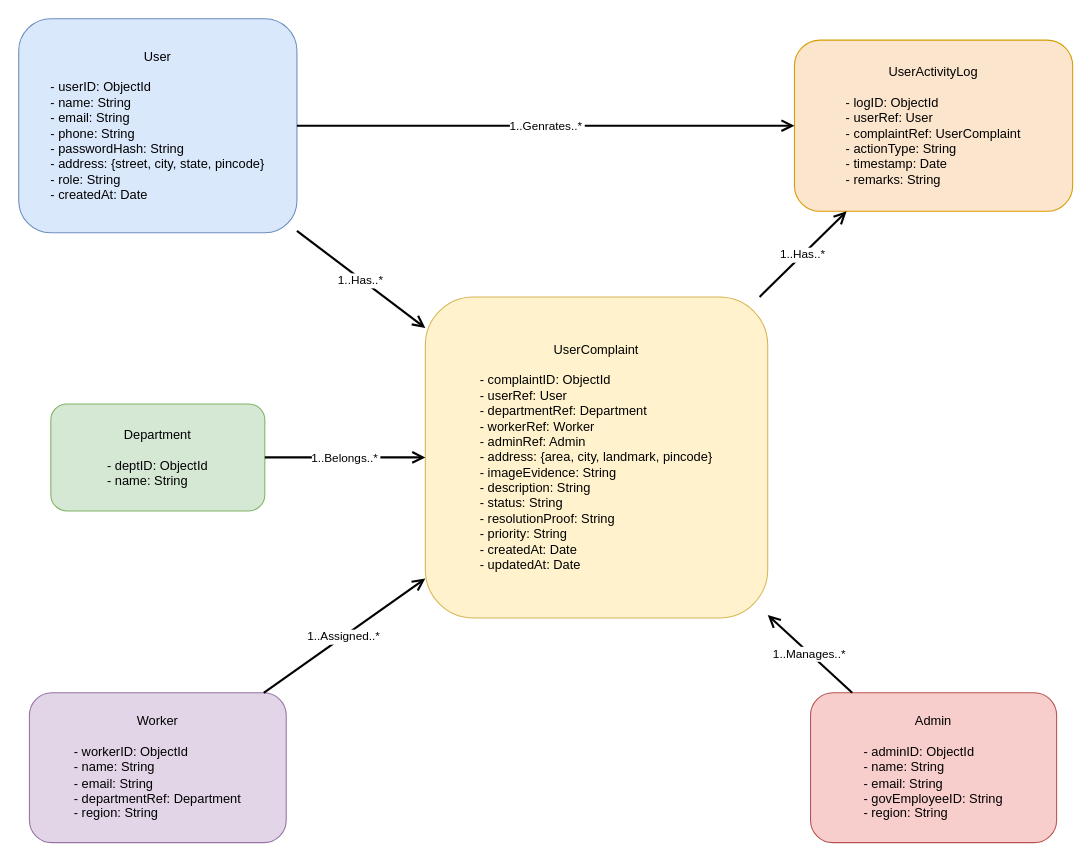
Earlier version of the draw.io diagram UML diagrams/userClass.drawio (shitkarjidnesh/FixMyCity). Source tidied: cells renumbered, new cells numbered last; positions are measured from the earlier drawing's top-left corner, leaving out a move shared by most shapes. Both pictures are drawn from the tidied source at 107%, with x=0, y=0 at pixel (18, 18).
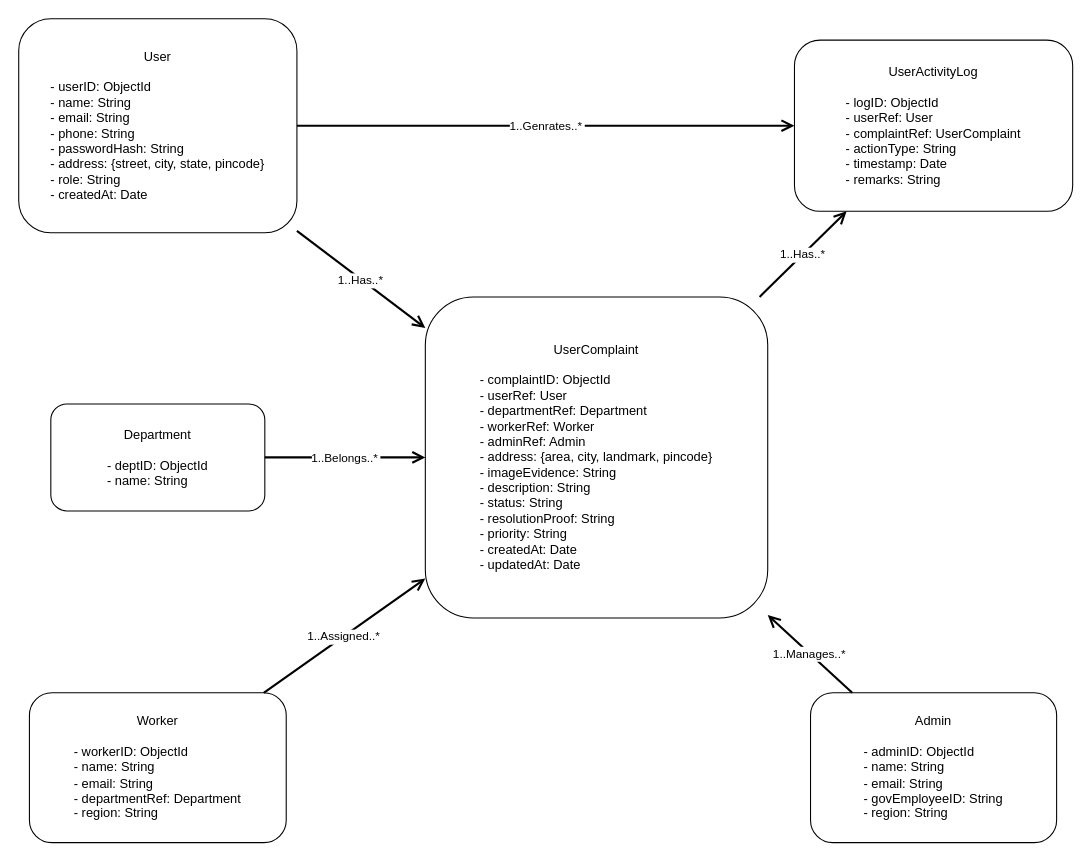
The same diagram, later.

Change to the diagram source:
```diff
@@
 <mxGraphModel>
   <root>
     <mxCell id="0" />
     <mxCell id="1" parent="0" />
-    <mxCell id="2" value="User&lt;br&gt;&lt;br&gt;&lt;div style=&quot;text-align: left;&quot;&gt;&lt;span style=&quot;background-color: transparent;&quot;&gt;- userID: ObjectId&lt;/span&gt;&lt;/div&gt;&lt;div style=&quot;text-align: left;&quot;&gt;&lt;span style=&quot;background-color: transparent;&quot;&gt;- name: String&lt;/span&gt;&lt;/div&gt;&lt;div style=&quot;text-align: left;&quot;&gt;&lt;span style=&quot;background-color: transparent;&quot;&gt;- email: String&lt;/span&gt;&lt;/div&gt;&lt;div style=&quot;text-align: left;&quot;&gt;&lt;span style=&quot;background-color: transparent;&quot;&gt;- phone: String&lt;/span&gt;&lt;/div&gt;&lt;div style=&quot;text-align: left;&quot;&gt;&lt;span style=&quot;background-color: transparent;&quot;&gt;- passwordHash: String&lt;/span&gt;&lt;/div&gt;&lt;div style=&quot;text-align: left;&quot;&gt;&lt;span style=&quot;background-color: transparent;&quot;&gt;- address: {street, city, state, pincode}&lt;/span&gt;&lt;/div&gt;&lt;div style=&quot;text-align: left;&quot;&gt;&lt;span style=&quot;background-color: transparent;&quot;&gt;- role: String&lt;/span&gt;&lt;/div&gt;&lt;div style=&quot;text-align: left;&quot;&gt;&lt;span style=&quot;background-color: transparent;&quot;&gt;- createdAt: Date&lt;/span&gt;&lt;/div&gt;" style="shape=rectangle;rounded=1;whiteSpace=wrap;html=1;fillColor=#dae8fc;strokeColor=#6c8ebf;" parent="1" vertex="1">
+    <mxCell id="2" value="User&lt;br&gt;&lt;br&gt;&lt;div style=&quot;text-align: left;&quot;&gt;&lt;span style=&quot;background-color: transparent;&quot;&gt;- userID: ObjectId&lt;/span&gt;&lt;/div&gt;&lt;div style=&quot;text-align: left;&quot;&gt;&lt;span style=&quot;background-color: transparent;&quot;&gt;- name: String&lt;/span&gt;&lt;/div&gt;&lt;div style=&quot;text-align: left;&quot;&gt;&lt;span style=&quot;background-color: transparent;&quot;&gt;- email: String&lt;/span&gt;&lt;/div&gt;&lt;div style=&quot;text-align: left;&quot;&gt;&lt;span style=&quot;background-color: transparent;&quot;&gt;- phone: String&lt;/span&gt;&lt;/div&gt;&lt;div style=&quot;text-align: left;&quot;&gt;&lt;span style=&quot;background-color: transparent;&quot;&gt;- passwordHash: String&lt;/span&gt;&lt;/div&gt;&lt;div style=&quot;text-align: left;&quot;&gt;&lt;span style=&quot;background-color: transparent;&quot;&gt;- address: {street, city, state, pincode}&lt;/span&gt;&lt;/div&gt;&lt;div style=&quot;text-align: left;&quot;&gt;&lt;span style=&quot;background-color: transparent;&quot;&gt;- role: String&lt;/span&gt;&lt;/div&gt;&lt;div style=&quot;text-align: left;&quot;&gt;&lt;span style=&quot;background-color: transparent;&quot;&gt;- createdAt: Date&lt;/span&gt;&lt;/div&gt;" style="shape=rectangle;rounded=1;whiteSpace=wrap;html=1;" parent="1" vertex="1">
       <mxGeometry width="260" height="200" as="geometry" />
     </mxCell>
-    <mxCell id="3" value="UserComplaint&lt;br&gt;&lt;br&gt;&lt;div style=&quot;text-align: left;&quot;&gt;&lt;span style=&quot;background-color: transparent;&quot;&gt;- complaintID: ObjectId&lt;/span&gt;&lt;/div&gt;&lt;div style=&quot;text-align: left;&quot;&gt;&lt;span style=&quot;background-color: transparent;&quot;&gt;- userRef: User&lt;/span&gt;&lt;/div&gt;&lt;div style=&quot;text-align: left;&quot;&gt;&lt;span style=&quot;background-color: transparent;&quot;&gt;- departmentRef: Department&lt;/span&gt;&lt;/div&gt;&lt;div style=&quot;text-align: left;&quot;&gt;&lt;span style=&quot;background-color: transparent;&quot;&gt;- workerRef: Worker&lt;/span&gt;&lt;/div&gt;&lt;div style=&quot;text-align: left;&quot;&gt;&lt;span style=&quot;background-color: transparent;&quot;&gt;- adminRef: Admin&lt;/span&gt;&lt;/div&gt;&lt;div style=&quot;text-align: left;&quot;&gt;&lt;span style=&quot;background-color: transparent;&quot;&gt;- address: {area, city, landmark, pincode}&lt;/span&gt;&lt;/div&gt;&lt;div style=&quot;text-align: left;&quot;&gt;&lt;span style=&quot;background-color: transparent;&quot;&gt;- imageEvidence: String&lt;/span&gt;&lt;/div&gt;&lt;div style=&quot;text-align: left;&quot;&gt;&lt;span style=&quot;background-color: transparent;&quot;&gt;- description: String&lt;/span&gt;&lt;/div&gt;&lt;div style=&quot;text-align: left;&quot;&gt;&lt;span style=&quot;background-color: transparent;&quot;&gt;- status: String&lt;/span&gt;&lt;/div&gt;&lt;div style=&quot;text-align: left;&quot;&gt;&lt;span style=&quot;background-color: transparent;&quot;&gt;- resolutionProof: String&lt;/span&gt;&lt;/div&gt;&lt;div style=&quot;text-align: left;&quot;&gt;&lt;span style=&quot;background-color: transparent;&quot;&gt;- priority: String&lt;/span&gt;&lt;/div&gt;&lt;div style=&quot;text-align: left;&quot;&gt;&lt;span style=&quot;background-color: transparent;&quot;&gt;- createdAt: Date&lt;/span&gt;&lt;/div&gt;&lt;div style=&quot;text-align: left;&quot;&gt;&lt;span style=&quot;background-color: transparent;&quot;&gt;- updatedAt: Date&lt;/span&gt;&lt;/div&gt;" style="shape=rectangle;rounded=1;whiteSpace=wrap;html=1;fillColor=#fff2cc;strokeColor=#d6b656;" parent="1" vertex="1">
+    <mxCell id="3" value="UserComplaint&lt;br&gt;&lt;br&gt;&lt;div style=&quot;text-align: left;&quot;&gt;&lt;span style=&quot;background-color: transparent;&quot;&gt;- complaintID: ObjectId&lt;/span&gt;&lt;/div&gt;&lt;div style=&quot;text-align: left;&quot;&gt;&lt;span style=&quot;background-color: transparent;&quot;&gt;- userRef: User&lt;/span&gt;&lt;/div&gt;&lt;div style=&quot;text-align: left;&quot;&gt;&lt;span style=&quot;background-color: transparent;&quot;&gt;- departmentRef: Department&lt;/span&gt;&lt;/div&gt;&lt;div style=&quot;text-align: left;&quot;&gt;&lt;span style=&quot;background-color: transparent;&quot;&gt;- workerRef: Worker&lt;/span&gt;&lt;/div&gt;&lt;div style=&quot;text-align: left;&quot;&gt;&lt;span style=&quot;background-color: transparent;&quot;&gt;- adminRef: Admin&lt;/span&gt;&lt;/div&gt;&lt;div style=&quot;text-align: left;&quot;&gt;&lt;span style=&quot;background-color: transparent;&quot;&gt;- address: {area, city, landmark, pincode}&lt;/span&gt;&lt;/div&gt;&lt;div style=&quot;text-align: left;&quot;&gt;&lt;span style=&quot;background-color: transparent;&quot;&gt;- imageEvidence: String&lt;/span&gt;&lt;/div&gt;&lt;div style=&quot;text-align: left;&quot;&gt;&lt;span style=&quot;background-color: transparent;&quot;&gt;- description: String&lt;/span&gt;&lt;/div&gt;&lt;div style=&quot;text-align: left;&quot;&gt;&lt;span style=&quot;background-color: transparent;&quot;&gt;- status: String&lt;/span&gt;&lt;/div&gt;&lt;div style=&quot;text-align: left;&quot;&gt;&lt;span style=&quot;background-color: transparent;&quot;&gt;- resolutionProof: String&lt;/span&gt;&lt;/div&gt;&lt;div style=&quot;text-align: left;&quot;&gt;&lt;span style=&quot;background-color: transparent;&quot;&gt;- priority: String&lt;/span&gt;&lt;/div&gt;&lt;div style=&quot;text-align: left;&quot;&gt;&lt;span style=&quot;background-color: transparent;&quot;&gt;- createdAt: Date&lt;/span&gt;&lt;/div&gt;&lt;div style=&quot;text-align: left;&quot;&gt;&lt;span style=&quot;background-color: transparent;&quot;&gt;- updatedAt: Date&lt;/span&gt;&lt;/div&gt;" style="shape=rectangle;rounded=1;whiteSpace=wrap;html=1;" parent="1" vertex="1">
       <mxGeometry x="380" y="260" width="320" height="300" as="geometry" />
     </mxCell>
-    <mxCell id="4" value="Department&lt;br&gt;&lt;br&gt;&lt;div style=&quot;text-align: left;&quot;&gt;&lt;span style=&quot;background-color: transparent;&quot;&gt;- deptID: ObjectId&lt;/span&gt;&lt;/div&gt;&lt;div style=&quot;text-align: left;&quot;&gt;&lt;span style=&quot;background-color: transparent;&quot;&gt;- name: String&lt;/span&gt;&lt;/div&gt;" style="shape=rectangle;rounded=1;whiteSpace=wrap;html=1;fillColor=#d5e8d4;strokeColor=#82b366;" parent="1" vertex="1">
+    <mxCell id="4" value="Department&lt;br&gt;&lt;br&gt;&lt;div style=&quot;text-align: left;&quot;&gt;&lt;span style=&quot;background-color: transparent;&quot;&gt;- deptID: ObjectId&lt;/span&gt;&lt;/div&gt;&lt;div style=&quot;text-align: left;&quot;&gt;&lt;span style=&quot;background-color: transparent;&quot;&gt;- name: String&lt;/span&gt;&lt;/div&gt;" style="shape=rectangle;rounded=1;whiteSpace=wrap;html=1;" parent="1" vertex="1">
       <mxGeometry x="30" y="360" width="200" height="100" as="geometry" />
     </mxCell>
-    <mxCell id="5" value="Worker&lt;br&gt;&lt;br&gt;&lt;div style=&quot;text-align: left;&quot;&gt;&lt;span style=&quot;background-color: transparent;&quot;&gt;- workerID: ObjectId&lt;/span&gt;&lt;/div&gt;&lt;div style=&quot;text-align: left;&quot;&gt;&lt;span style=&quot;background-color: transparent;&quot;&gt;- name: String&lt;/span&gt;&lt;/div&gt;&lt;div style=&quot;text-align: left;&quot;&gt;&lt;span style=&quot;background-color: transparent;&quot;&gt;- email: String&lt;/span&gt;&lt;/div&gt;&lt;div style=&quot;text-align: left;&quot;&gt;&lt;span style=&quot;background-color: transparent;&quot;&gt;- departmentRef: Department&lt;/span&gt;&lt;/div&gt;&lt;div style=&quot;text-align: left;&quot;&gt;&lt;span style=&quot;background-color: transparent;&quot;&gt;- region: String&lt;/span&gt;&lt;/div&gt;" style="shape=rectangle;rounded=1;whiteSpace=wrap;html=1;fillColor=#e1d5e7;strokeColor=#9673a6;" parent="1" vertex="1">
+    <mxCell id="5" value="Worker&lt;br&gt;&lt;br&gt;&lt;div style=&quot;text-align: left;&quot;&gt;&lt;span style=&quot;background-color: transparent;&quot;&gt;- workerID: ObjectId&lt;/span&gt;&lt;/div&gt;&lt;div style=&quot;text-align: left;&quot;&gt;&lt;span style=&quot;background-color: transparent;&quot;&gt;- name: String&lt;/span&gt;&lt;/div&gt;&lt;div style=&quot;text-align: left;&quot;&gt;&lt;span style=&quot;background-color: transparent;&quot;&gt;- email: String&lt;/span&gt;&lt;/div&gt;&lt;div style=&quot;text-align: left;&quot;&gt;&lt;span style=&quot;background-color: transparent;&quot;&gt;- departmentRef: Department&lt;/span&gt;&lt;/div&gt;&lt;div style=&quot;text-align: left;&quot;&gt;&lt;span style=&quot;background-color: transparent;&quot;&gt;- region: String&lt;/span&gt;&lt;/div&gt;" style="shape=rectangle;rounded=1;whiteSpace=wrap;html=1;" parent="1" vertex="1">
       <mxGeometry x="10" y="630" width="240" height="140" as="geometry" />
     </mxCell>
-    <mxCell id="6" value="Admin&lt;br&gt;&lt;br&gt;&lt;div style=&quot;text-align: left;&quot;&gt;&lt;span style=&quot;background-color: transparent;&quot;&gt;- adminID: ObjectId&lt;/span&gt;&lt;/div&gt;&lt;div style=&quot;text-align: left;&quot;&gt;&lt;span style=&quot;background-color: transparent;&quot;&gt;- name: String&lt;/span&gt;&lt;/div&gt;&lt;div style=&quot;text-align: left;&quot;&gt;&lt;span style=&quot;background-color: transparent;&quot;&gt;- email: String&lt;/span&gt;&lt;/div&gt;&lt;div style=&quot;text-align: left;&quot;&gt;&lt;span style=&quot;background-color: transparent;&quot;&gt;- govEmployeeID: String&lt;/span&gt;&lt;/div&gt;&lt;div style=&quot;text-align: left;&quot;&gt;&lt;span style=&quot;background-color: transparent;&quot;&gt;- region: String&lt;/span&gt;&lt;/div&gt;" style="shape=rectangle;rounded=1;whiteSpace=wrap;html=1;fillColor=#f8cecc;strokeColor=#b85450;" parent="1" vertex="1">
+    <mxCell id="6" value="Admin&lt;br&gt;&lt;br&gt;&lt;div style=&quot;text-align: left;&quot;&gt;&lt;span style=&quot;background-color: transparent;&quot;&gt;- adminID: ObjectId&lt;/span&gt;&lt;/div&gt;&lt;div style=&quot;text-align: left;&quot;&gt;&lt;span style=&quot;background-color: transparent;&quot;&gt;- name: String&lt;/span&gt;&lt;/div&gt;&lt;div style=&quot;text-align: left;&quot;&gt;&lt;span style=&quot;background-color: transparent;&quot;&gt;- email: String&lt;/span&gt;&lt;/div&gt;&lt;div style=&quot;text-align: left;&quot;&gt;&lt;span style=&quot;background-color: transparent;&quot;&gt;- govEmployeeID: String&lt;/span&gt;&lt;/div&gt;&lt;div style=&quot;text-align: left;&quot;&gt;&lt;span style=&quot;background-color: transparent;&quot;&gt;- region: String&lt;/span&gt;&lt;/div&gt;" style="shape=rectangle;rounded=1;whiteSpace=wrap;html=1;" parent="1" vertex="1">
       <mxGeometry x="740" y="630" width="230" height="140" as="geometry" />
     </mxCell>
-    <mxCell id="7" value="UserActivityLog&lt;br&gt;&lt;br&gt;&lt;div style=&quot;text-align: left;&quot;&gt;&lt;span style=&quot;background-color: transparent;&quot;&gt;- logID: ObjectId&lt;/span&gt;&lt;/div&gt;&lt;div style=&quot;text-align: left;&quot;&gt;&lt;span style=&quot;background-color: transparent;&quot;&gt;- userRef: User&lt;/span&gt;&lt;/div&gt;&lt;div style=&quot;text-align: left;&quot;&gt;&lt;span style=&quot;background-color: transparent;&quot;&gt;- complaintRef: UserComplaint&lt;/span&gt;&lt;/div&gt;&lt;div style=&quot;text-align: left;&quot;&gt;&lt;span style=&quot;background-color: transparent;&quot;&gt;- actionType: String&lt;/span&gt;&lt;/div&gt;&lt;div style=&quot;text-align: left;&quot;&gt;&lt;span style=&quot;background-color: transparent;&quot;&gt;- timestamp: Date&lt;/span&gt;&lt;/div&gt;&lt;div style=&quot;text-align: left;&quot;&gt;&lt;span style=&quot;background-color: transparent;&quot;&gt;- remarks: String&lt;/span&gt;&lt;/div&gt;" style="shape=rectangle;rounded=1;whiteSpace=wrap;html=1;fillColor=#fce5cd;strokeColor=#d79b00;" parent="1" vertex="1">
+    <mxCell id="7" value="UserActivityLog&lt;br&gt;&lt;br&gt;&lt;div style=&quot;text-align: left;&quot;&gt;&lt;span style=&quot;background-color: transparent;&quot;&gt;- logID: ObjectId&lt;/span&gt;&lt;/div&gt;&lt;div style=&quot;text-align: left;&quot;&gt;&lt;span style=&quot;background-color: transparent;&quot;&gt;- userRef: User&lt;/span&gt;&lt;/div&gt;&lt;div style=&quot;text-align: left;&quot;&gt;&lt;span style=&quot;background-color: transparent;&quot;&gt;- complaintRef: UserComplaint&lt;/span&gt;&lt;/div&gt;&lt;div style=&quot;text-align: left;&quot;&gt;&lt;span style=&quot;background-color: transparent;&quot;&gt;- actionType: String&lt;/span&gt;&lt;/div&gt;&lt;div style=&quot;text-align: left;&quot;&gt;&lt;span style=&quot;background-color: transparent;&quot;&gt;- timestamp: Date&lt;/span&gt;&lt;/div&gt;&lt;div style=&quot;text-align: left;&quot;&gt;&lt;span style=&quot;background-color: transparent;&quot;&gt;- remarks: String&lt;/span&gt;&lt;/div&gt;" style="shape=rectangle;rounded=1;whiteSpace=wrap;html=1;" parent="1" vertex="1">
       <mxGeometry x="725" y="20" width="260" height="160" as="geometry" />
     </mxCell>
     <mxCell id="8" value="1..Has..*" style="endArrow=open;startArrow=none;endSize=8;strokeWidth=2;" parent="1" edge="1" source="2" target="3">
       <mxGeometry relative="1" as="geometry" />
     </mxCell>
     <mxCell id="9" value="1..Belongs..*" style="endArrow=open;startArrow=none;endSize=8;strokeWidth=2;" parent="1" edge="1" source="4" target="3">
       <mxGeometry relative="1" as="geometry" />
     </mxCell>
     <mxCell id="10" value="1..Assigned..*" style="endArrow=open;startArrow=none;endSize=8;strokeWidth=2;" parent="1" edge="1" source="5" target="3">
       <mxGeometry relative="1" as="geometry" />
     </mxCell>
     <mxCell id="11" value="1..Manages..*" style="endArrow=open;startArrow=none;endSize=8;strokeWidth=2;" parent="1" edge="1" source="6" target="3">
       <mxGeometry relative="1" as="geometry" />
     </mxCell>
     <mxCell id="12" value="1..Genrates..*" style="endArrow=open;startArrow=none;endSize=8;strokeWidth=2;" parent="1" edge="1" source="2" target="7">
       <mxGeometry relative="1" as="geometry" />
     </mxCell>
     <mxCell id="13" value="1..Has..*" style="endArrow=open;startArrow=none;endSize=8;strokeWidth=2;" parent="1" edge="1" source="3" target="7">
       <mxGeometry relative="1" as="geometry" />
     </mxCell>
   </root>
 </mxGraphModel>
```
